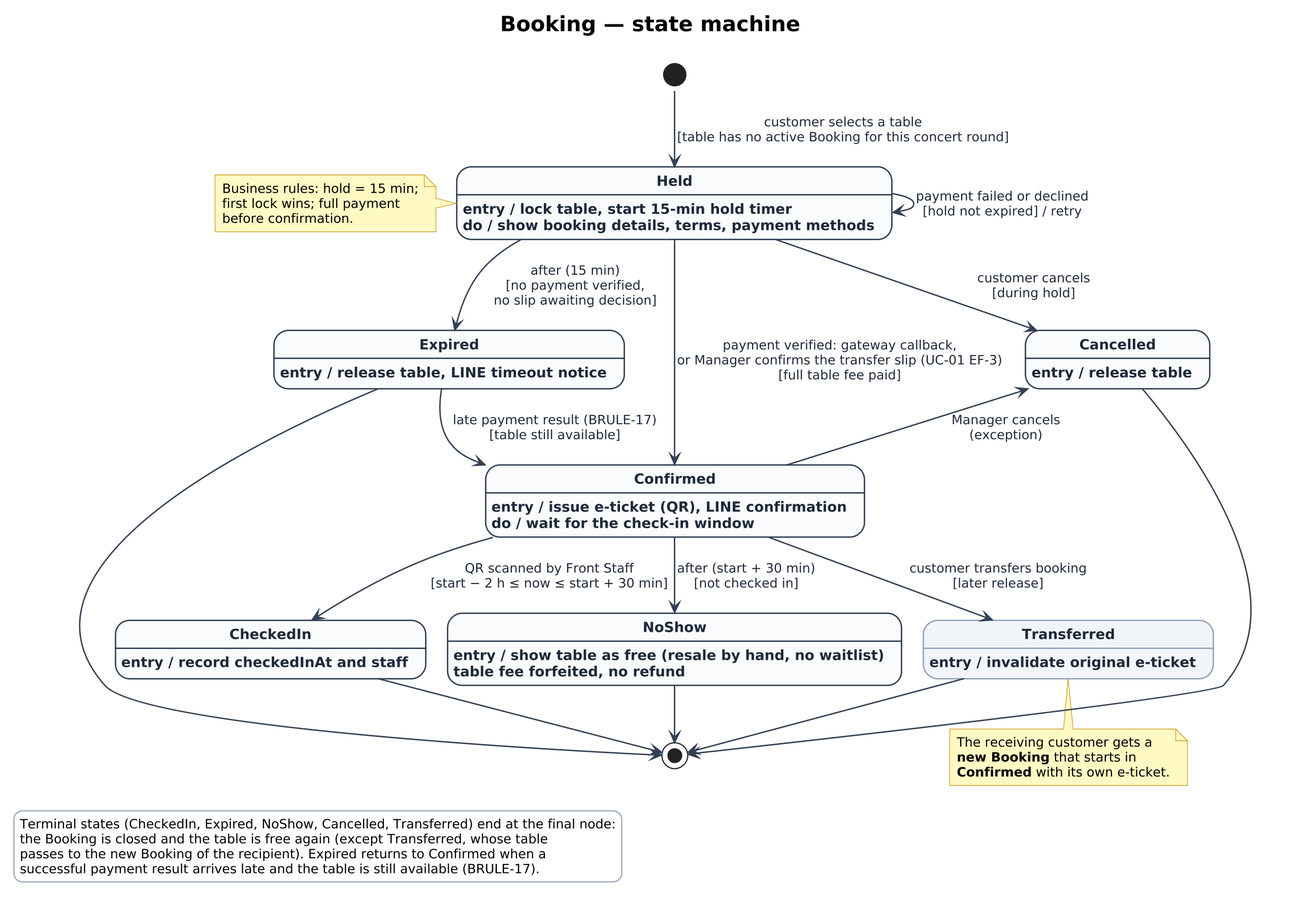
Above: assignments/group/workspace/report/project-document/assets/booking-states.png in cuse-software-engineering/2110521_Software_Architecture (PlantUML), before the change.
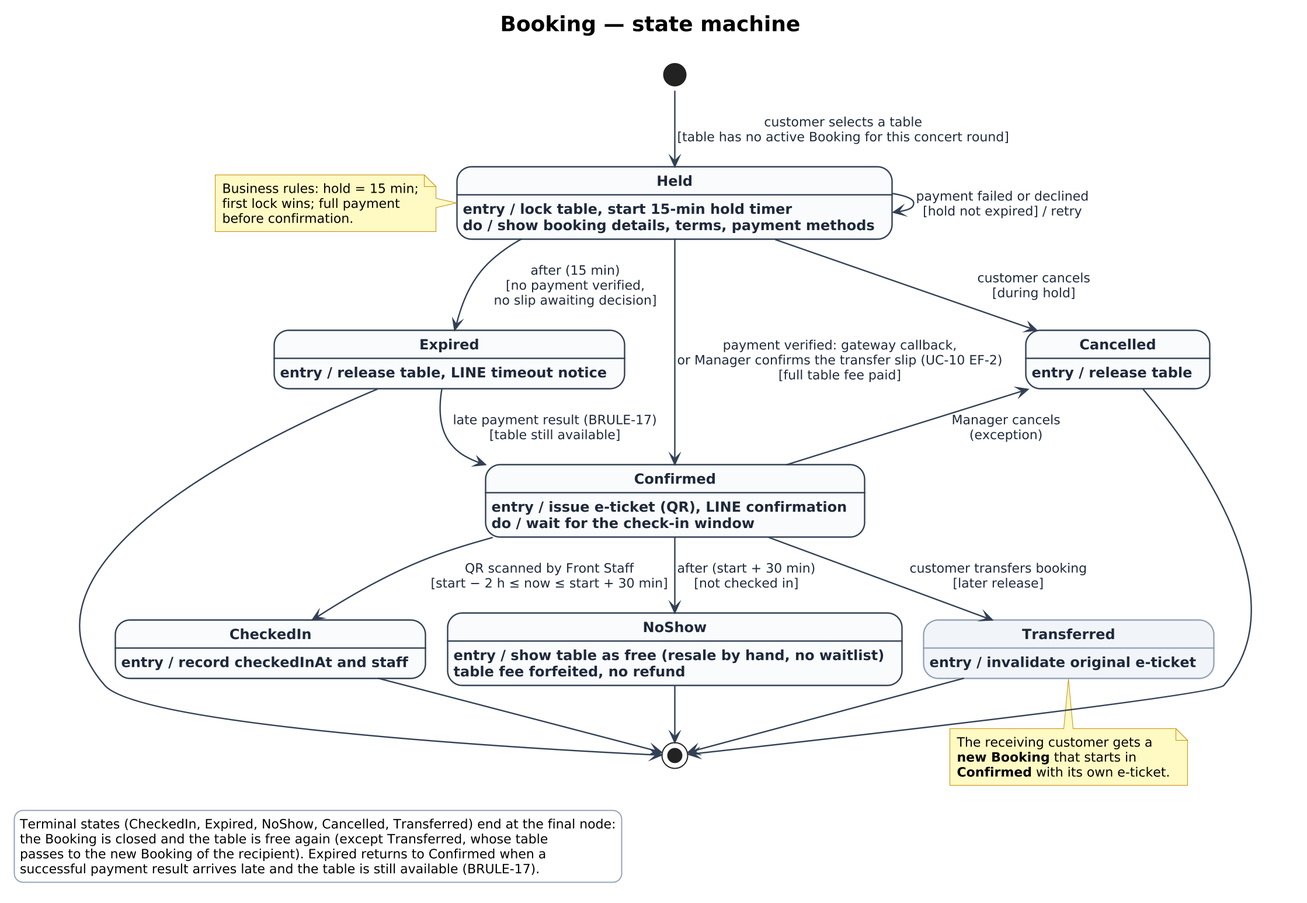
The same file after the commit.

What changed in the source:
```diff
@@ -2,7 +2,7 @@
 !pragma layout smetana
 title <b>Booking — state machine</b>
 
-scale 2.3
+scale 2
 skinparam shadowing false
 skinparam defaultFontName "DejaVu Sans"
 skinparam defaultFontSize 13
@@ -64,7 +64,7 @@
 [*] -down-> Held : customer selects a table\n[table has no active Booking for this concert round]
 
 Held -down-> Expired : after (15 min)\n[no payment verified,\nno slip awaiting decision]
-Held -down-> Confirmed : payment verified: gateway callback,\nor Manager confirms the transfer slip (UC-01 EF-3)\n[full table fee paid]
+Held -down-> Confirmed : payment verified: gateway callback,\nor Manager confirms the transfer slip (UC-10 EF-2)\n[full table fee paid]
 Held -down-> Cancelled : customer cancels\n[during hold]
 Held --> Held : payment failed or declined\n[hold not expired] / retry
 
```
